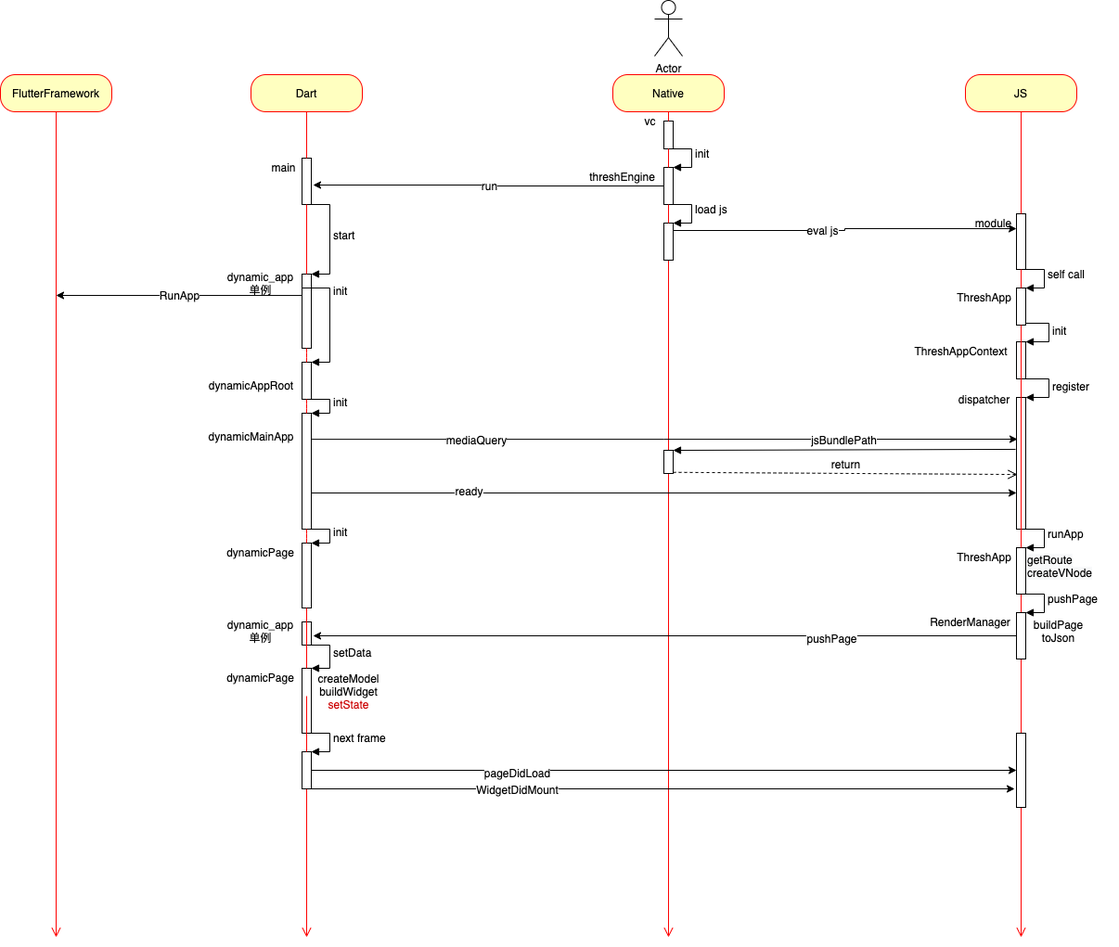
JD-Tang/flutter_uml keeps this draw.io diagram as flutter/thresh UML.png. Above is the earlier version. Source tidied: cells renumbered, new cells last; positions are measured from the earlier drawing's top-left corner, leaving out a move shared by most shapes.
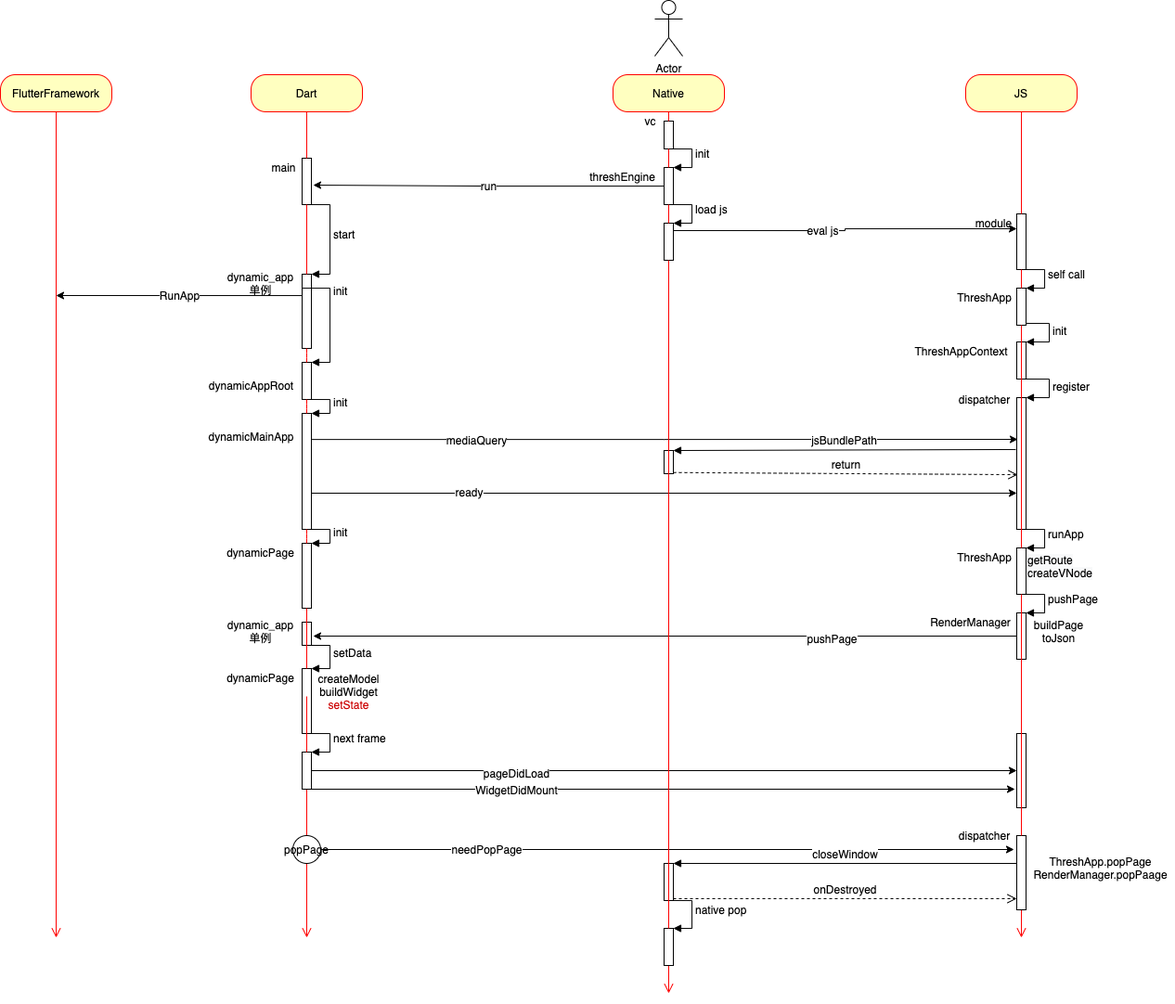
The same diagram one commit later.

What changed in the source:
```diff
@@ -5,9 +5,9 @@
     <mxCell id="2" value="Native" style="rounded=1;whiteSpace=wrap;html=1;arcSize=40;fontColor=#000000;fillColor=#ffffc0;strokeColor=#ff0000;" parent="1" vertex="1">
       <mxGeometry x="660" y="80" width="120" height="40" as="geometry" />
     </mxCell>
-    <mxCell id="3" style="edgeStyle=orthogonalEdgeStyle;html=1;verticalAlign=bottom;endArrow=open;endSize=8;strokeColor=#ff0000;startArrow=none;" parent="1" edge="1" source="49">
+    <mxCell id="3" style="edgeStyle=orthogonalEdgeStyle;html=1;verticalAlign=bottom;endArrow=open;endSize=8;strokeColor=#ff0000;startArrow=none;" parent="1" edge="1" source="104">
       <mxGeometry relative="1" as="geometry">
-        <mxPoint x="720" y="1010" as="targetPoint" />
+        <mxPoint x="720" y="1070" as="targetPoint" />
       </mxGeometry>
     </mxCell>
     <mxCell id="4" style="html=1;points=[];perimeter=orthogonalPerimeter;" parent="1" vertex="1">
@@ -27,7 +27,7 @@
     <mxCell id="8" value="JS" style="rounded=1;whiteSpace=wrap;html=1;arcSize=40;fontColor=#000000;fillColor=#ffffc0;strokeColor=#ff0000;" parent="1" vertex="1">
       <mxGeometry x="1040" y="80" width="120" height="40" as="geometry" />
     </mxCell>
-    <mxCell id="9" style="edgeStyle=orthogonalEdgeStyle;html=1;verticalAlign=bottom;endArrow=open;endSize=8;strokeColor=#ff0000;startArrow=none;" parent="1" edge="1" source="68">
+    <mxCell id="9" style="edgeStyle=orthogonalEdgeStyle;html=1;verticalAlign=bottom;endArrow=open;endSize=8;strokeColor=#ff0000;startArrow=none;" parent="1" edge="1" source="96">
       <mxGeometry relative="1" as="geometry">
         <mxPoint x="1100" y="1010" as="targetPoint" />
       </mxGeometry>
@@ -366,5 +366,51 @@
     <mxCell id="92" style="html=1;points=[];perimeter=orthogonalPerimeter;" parent="1" vertex="1">
       <mxGeometry x="1095" y="790" width="10" height="80" as="geometry" />
     </mxCell>
+    <mxCell id="93" style="edgeStyle=orthogonalEdgeStyle;rounded=0;jettySize=auto;html=1;" parent="1" edge="1" source="95">
+      <mxGeometry relative="1" as="geometry">
+        <mxPoint x="1092" y="915" as="targetPoint" />
+      </mxGeometry>
+    </mxCell>
+    <mxCell id="94" value="needPopPage" style="edgeLabel;html=1;align=center;verticalAlign=middle;" parent="93" vertex="1">
+      <mxGeometry x="-0.52" y="1" relative="1" as="geometry" />
+    </mxCell>
+    <mxCell id="95" value="popPage" style="ellipse;fillColor=#ffffff;strokeColor=#000000;" parent="1" vertex="1">
+      <mxGeometry x="315" y="900" width="30" height="30" as="geometry" />
+    </mxCell>
+    <mxCell id="96" style="html=1;points=[];perimeter=orthogonalPerimeter;" parent="1" vertex="1">
+      <mxGeometry x="1095" y="900" width="10" height="80" as="geometry" />
+    </mxCell>
+    <mxCell id="97" style="edgeStyle=orthogonalEdgeStyle;html=1;verticalAlign=bottom;endArrow=none;endSize=8;strokeColor=#ff0000;startArrow=none;" parent="1" edge="1" source="68" target="96">
+      <mxGeometry relative="1" as="geometry" />
+    </mxCell>
+    <mxCell id="98" value="ThreshApp.popPage&lt;br&gt;RenderManager.popPaage&lt;br&gt;" style="text;html=1;align=center;verticalAlign=middle;strokeColor=none;" parent="1" vertex="1">
+      <mxGeometry x="1105" y="920" width="160" height="30" as="geometry" />
+    </mxCell>
+    <mxCell id="99" value="dispatcher" style="text;html=1;align=center;verticalAlign=middle;strokeColor=none;" parent="1" vertex="1">
+      <mxGeometry x="1025" y="890" width="70" height="20" as="geometry" />
+    </mxCell>
+    <mxCell id="100" style="html=1;points=[];perimeter=orthogonalPerimeter;" parent="1" vertex="1">
+      <mxGeometry x="715" y="930" width="10" height="40" as="geometry" />
+    </mxCell>
+    <mxCell id="101" value="closeWindow" style="html=1;verticalAlign=bottom;endArrow=block;entryX=1;entryY=0;" parent="1" edge="1" source="96" target="100">
+      <mxGeometry relative="1" as="geometry" />
+    </mxCell>
+    <mxCell id="102" value="onDestroyed" style="html=1;verticalAlign=bottom;endArrow=open;dashed=1;endSize=8;exitX=1;exitY=0.95;" parent="1" edge="1" source="100" target="96">
+      <mxGeometry relative="1" as="geometry" />
+    </mxCell>
+    <mxCell id="103" value="native pop" style="edgeStyle=orthogonalEdgeStyle;html=1;align=left;spacingLeft=2;endArrow=block;rounded=0;entryX=1;entryY=0;" parent="1" edge="1" target="104">
+      <mxGeometry relative="1" as="geometry">
+        <mxPoint x="715" y="970" as="sourcePoint" />
+        <Array as="points">
+          <mxPoint x="745" y="970" />
+        </Array>
+      </mxGeometry>
+    </mxCell>
+    <mxCell id="104" style="html=1;points=[];perimeter=orthogonalPerimeter;" parent="1" vertex="1">
+      <mxGeometry x="715" y="1000" width="10" height="40" as="geometry" />
+    </mxCell>
+    <mxCell id="105" style="edgeStyle=orthogonalEdgeStyle;html=1;verticalAlign=bottom;endArrow=none;endSize=8;strokeColor=#ff0000;startArrow=none;" parent="1" edge="1" source="49" target="104">
+      <mxGeometry relative="1" as="geometry" />
+    </mxCell>
   </root>
 </mxGraphModel>
```
